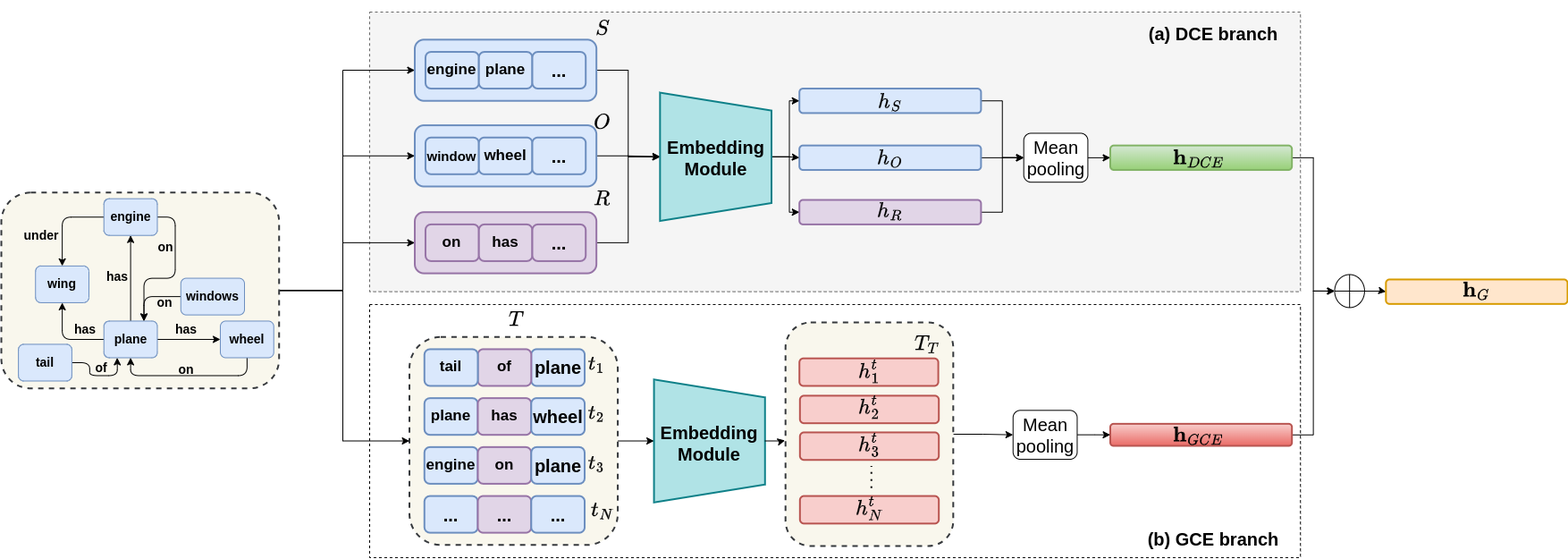
Earlier version of the draw.io export IMG/g5.png (PDD0911-HCMUS/SG-Retrieval). Source tidied: cells renumbered, new cells last; positions are measured from the earlier drawing's top-left corner, leaving out a move shared by most shapes.
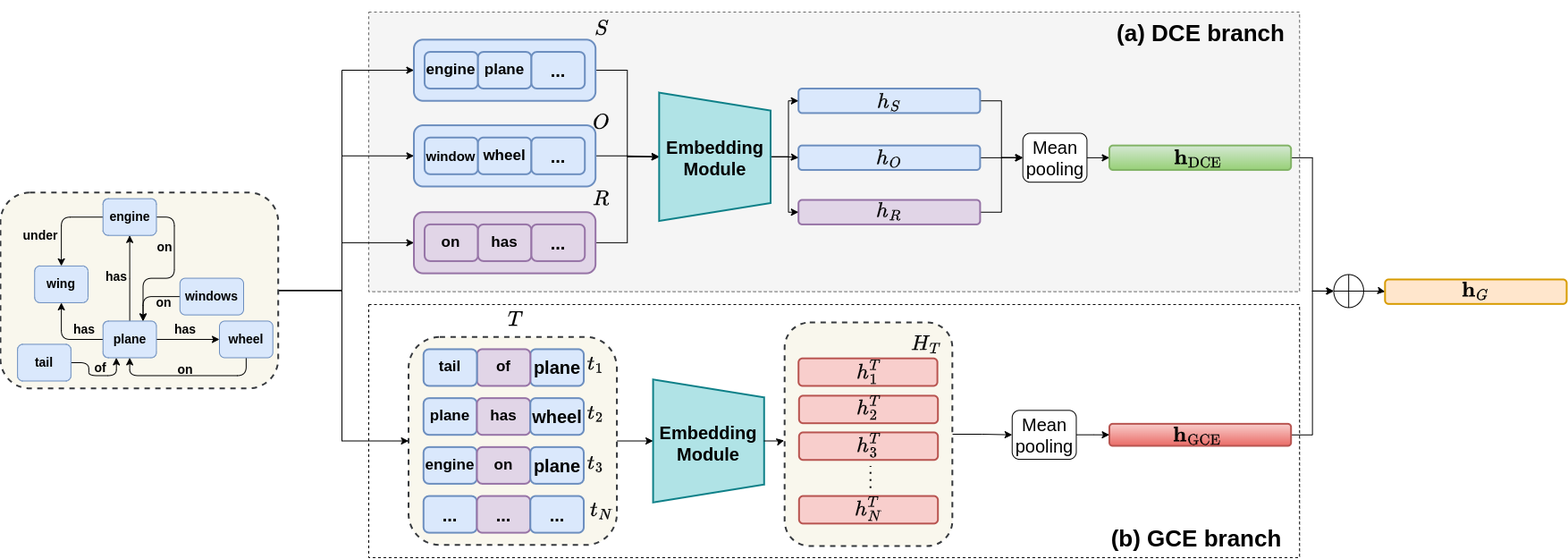
After the change.

Change to the diagram source:
```diff
@@ -110,8 +110,8 @@
     <mxCell id="37" style="rounded=1;whiteSpace=wrap;html=1;fillColor=#d5e8d4;strokeColor=#82b366;fontStyle=1;strokeWidth=2;gradientColor=#97d077;fontSize=20;" parent="1" vertex="1">
       <mxGeometry x="1240.5" y="151.2" width="203.2" height="27.4" as="geometry" />
     </mxCell>
-    <mxCell id="38" value="$$\textbf{h}_{DCE}$$" style="text;html=1;align=center;verticalAlign=middle;strokeColor=none;fillColor=none;fontStyle=1;fontSize=20;" parent="1" vertex="1">
-      <mxGeometry x="1233.7" y="144.8" width="210" height="40" as="geometry" />
+    <mxCell id="38" value="$$\textbf{h}_{\text{DCE}}$$" style="text;html=1;align=center;verticalAlign=middle;strokeColor=none;fillColor=none;fontStyle=1;fontSize=20;" parent="1" vertex="1">
+      <mxGeometry x="1208.7" y="144.8" width="260" height="40" as="geometry" />
     </mxCell>
     <mxCell id="39" style="edgeStyle=orthogonalEdgeStyle;rounded=0;jettySize=auto;html=1;entryX=0.5;entryY=1;entryDx=0;entryDy=0;fontSize=20;" parent="1" edge="1" source="40" target="46">
       <mxGeometry relative="1" as="geometry" />
@@ -217,8 +217,8 @@
     <mxCell id="66" style="rounded=1;whiteSpace=wrap;html=1;fillColor=#f8cecc;strokeColor=#b85450;strokeWidth=2;gradientColor=#ea6b66;direction=east;fontSize=20;" parent="1" vertex="1">
       <mxGeometry x="1240.5" y="462.4" width="203.2" height="24.6" as="geometry" />
     </mxCell>
-    <mxCell id="67" value="$$\textbf{h}_{GCE}$$" style="text;html=1;align=center;verticalAlign=middle;strokeColor=none;fillColor=none;fontSize=20;" parent="1" vertex="1">
-      <mxGeometry x="1233.7" y="454.7" width="210" height="40" as="geometry" />
+    <mxCell id="67" value="$$\textbf{h}_{\text{GCE}}$$" style="text;html=1;align=center;verticalAlign=middle;strokeColor=none;fillColor=none;fontSize=20;" parent="1" vertex="1">
+      <mxGeometry x="1203.7" y="454.7" width="270" height="40" as="geometry" />
     </mxCell>
     <mxCell id="68" style="edgeStyle=orthogonalEdgeStyle;rounded=0;jettySize=auto;html=1;entryX=0;entryY=0.5;entryDx=0;entryDy=0;fontSize=14;" parent="1" edge="1" source="71" target="77">
       <mxGeometry relative="1" as="geometry" />
@@ -305,10 +305,10 @@
         <mxPoint x="973.3" y="509.6" as="targetPoint" />
       </mxGeometry>
     </mxCell>
-    <mxCell id="94" value="$$T_T$$" style="text;html=1;align=center;verticalAlign=middle;strokeColor=none;fillColor=none;fontSize=20;" parent="1" vertex="1">
-      <mxGeometry x="985.3" y="352.6" width="100" height="40" as="geometry" />
+    <mxCell id="94" value="$$H_T$$" style="text;html=1;align=center;verticalAlign=middle;strokeColor=none;fillColor=none;fontSize=20;" parent="1" vertex="1">
+      <mxGeometry x="980.3" y="352.6" width="110" height="40" as="geometry" />
     </mxCell>
-    <mxCell id="95" value="$$h^{t}_{N}$$" style="text;html=1;align=center;verticalAlign=middle;strokeColor=none;fillColor=none;flipH=0;flipV=0;fontSize=20;" parent="1" vertex="1">
+    <mxCell id="95" value="$$h^{T}_{N}$$" style="text;html=1;align=center;verticalAlign=middle;strokeColor=none;fillColor=none;flipH=0;flipV=0;fontSize=20;" parent="1" vertex="1">
       <mxGeometry x="896" y="537.4" width="150" height="40" as="geometry" />
     </mxCell>
     <mxCell id="96" style="rounded=1;whiteSpace=wrap;html=1;fillColor=#f8cecc;strokeColor=#b85450;strokeWidth=2;flipV=0;direction=east;flipH=0;fontSize=20;" parent="1" vertex="1">
@@ -320,14 +320,14 @@
     <mxCell id="98" style="rounded=1;whiteSpace=wrap;html=1;fillColor=#f8cecc;strokeColor=#b85450;strokeWidth=2;flipV=0;direction=east;flipH=0;fontSize=20;" parent="1" vertex="1">
       <mxGeometry x="892.7" y="389.2" width="155.4" height="30.8" as="geometry" />
     </mxCell>
-    <mxCell id="99" value="$$h^{t}_{3}$$" style="text;html=1;align=center;verticalAlign=middle;strokeColor=none;fillColor=none;flipH=0;flipV=0;fontSize=20;" parent="1" vertex="1">
-      <mxGeometry x="901" y="466.3" width="140" height="40" as="geometry" />
+    <mxCell id="99" value="$$h^{T}_{3}$$" style="text;html=1;align=center;verticalAlign=middle;strokeColor=none;fillColor=none;flipH=0;flipV=0;fontSize=20;" parent="1" vertex="1">
+      <mxGeometry x="896" y="466.3" width="150" height="40" as="geometry" />
     </mxCell>
-    <mxCell id="100" value="$$h^{t}_{2}$$" style="text;html=1;align=center;verticalAlign=middle;strokeColor=none;fillColor=none;fontSize=20;" parent="1" vertex="1">
-      <mxGeometry x="901" y="423.5" width="140" height="40" as="geometry" />
+    <mxCell id="100" value="$$h^{T}_{2}$$" style="text;html=1;align=center;verticalAlign=middle;strokeColor=none;fillColor=none;fontSize=20;" parent="1" vertex="1">
+      <mxGeometry x="896" y="423.5" width="150" height="40" as="geometry" />
     </mxCell>
-    <mxCell id="101" value="$$h^{t}_{1}$$" style="text;html=1;align=center;verticalAlign=middle;strokeColor=none;fillColor=none;fontSize=20;" parent="1" vertex="1">
-      <mxGeometry x="901" y="383.5" width="140" height="40" as="geometry" />
+    <mxCell id="101" value="$$h^{T}_{1}$$" style="text;html=1;align=center;verticalAlign=middle;strokeColor=none;fillColor=none;fontSize=20;" parent="1" vertex="1">
+      <mxGeometry x="896" y="383.5" width="150" height="40" as="geometry" />
     </mxCell>
     <mxCell id="102" style="edgeStyle=orthogonalEdgeStyle;rounded=0;jettySize=auto;html=1;entryX=-0.003;entryY=0.528;entryDx=0;entryDy=0;entryPerimeter=0;fontSize=20;" parent="1" edge="1" source="46" target="91">
       <mxGeometry relative="1" as="geometry" />
@@ -356,11 +356,11 @@
     <mxCell id="110" value="$$\textbf{h}_{G}$$" style="text;html=1;align=center;verticalAlign=middle;strokeColor=none;fillColor=none;fontSize=20;" parent="1" vertex="1">
       <mxGeometry x="1555.4" y="293.3" width="190" height="40" as="geometry" />
     </mxCell>
-    <mxCell id="111" value="&lt;b&gt;(a) DCE branch&lt;/b&gt;" style="text;html=1;align=center;verticalAlign=middle;whiteSpace=wrap;rounded=0;fontSize=20;" parent="1" vertex="1">
-      <mxGeometry x="1269.2" y="5.5" width="174.5" height="41" as="geometry" />
+    <mxCell id="111" value="&lt;b&gt;(a) DCE branch&lt;/b&gt;" style="text;html=1;align=center;verticalAlign=middle;whiteSpace=wrap;rounded=0;fontSize=26;" parent="1" vertex="1">
+      <mxGeometry x="1242" y="5.5" width="201.7" height="41" as="geometry" />
     </mxCell>
-    <mxCell id="112" value="&lt;b&gt;(b) GCE branch&lt;/b&gt;" style="text;html=1;align=center;verticalAlign=middle;whiteSpace=wrap;rounded=0;fontSize=20;" parent="1" vertex="1">
-      <mxGeometry x="1269.2" y="571" width="174.5" height="41" as="geometry" />
+    <mxCell id="112" value="&lt;b&gt;(b) GCE branch&lt;/b&gt;" style="text;html=1;align=center;verticalAlign=middle;whiteSpace=wrap;rounded=0;fontSize=26;" parent="1" vertex="1">
+      <mxGeometry x="1232" y="571" width="211.7" height="41" as="geometry" />
     </mxCell>
   </root>
 </mxGraphModel>
```
